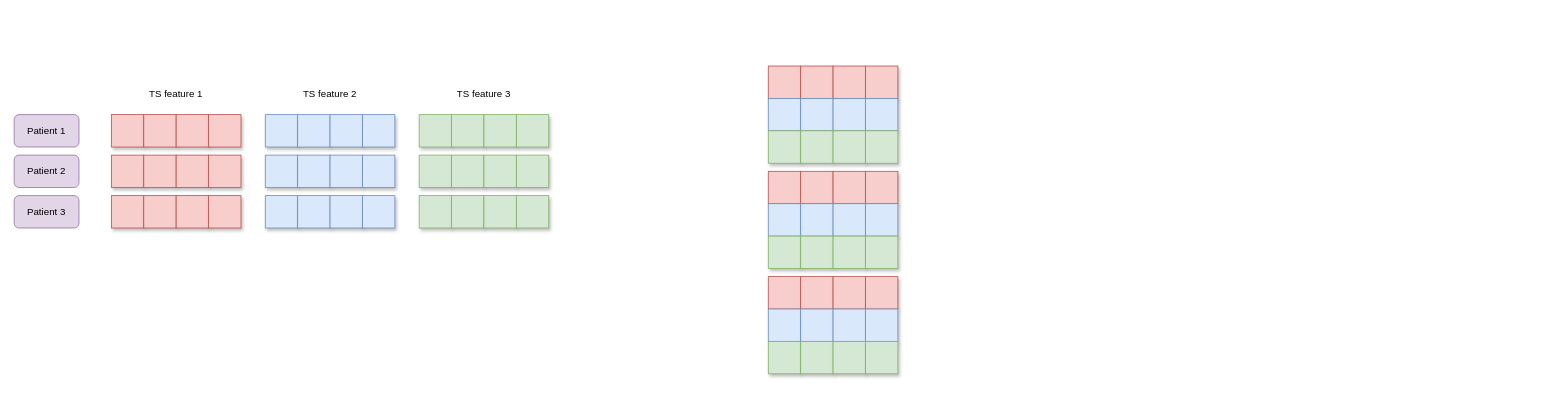
Above: diagrams/TSPFN-multivariate-space.drawio in Jeremstym/pretrainingTSPFN (draw.io), before the change. Source tidied: cells renumbered, new cells numbered last; positions are measured from the earlier drawing's top-left corner, leaving out a move shared by most shapes. Both pictures are drawn from the tidied source at 81%, with x=0, y=0 at pixel (14, 66).
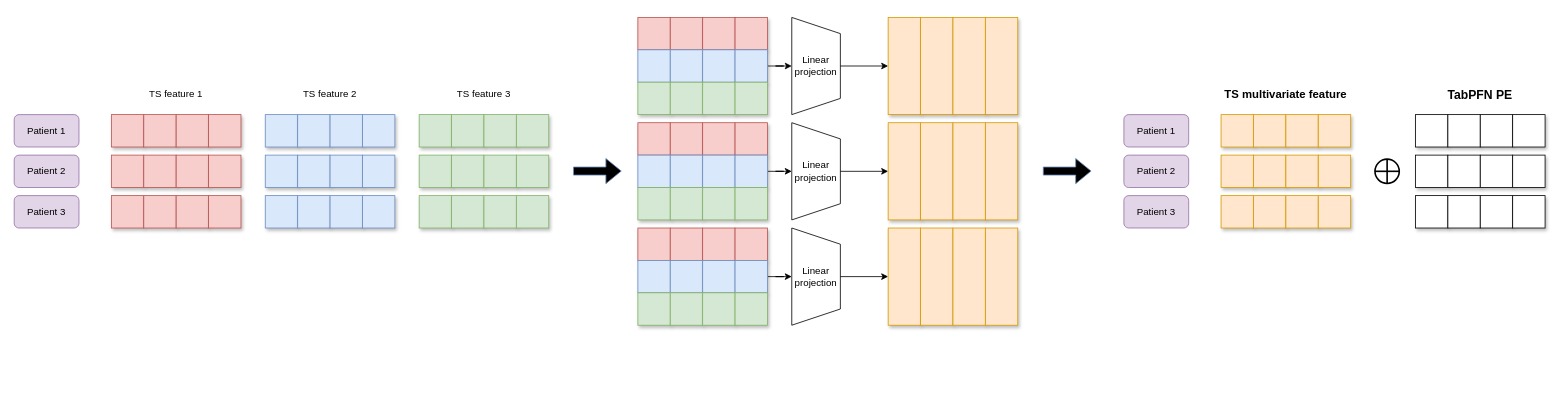
The same diagram, later.

Commit message (it also covers changes not shown here):
Mettre à jour TSPFN-multivariate-space.drawio

Change to the diagram source:
```diff
@@
     <mxCell id="44" style="rounded=0;whiteSpace=wrap;html=1;fillColor=#f8cecc;strokeColor=#b85450;shadow=1;" parent="1" vertex="1">
-      <mxGeometry x="931" width="40" height="40" as="geometry" />
+      <mxGeometry x="770" y="-60" width="40" height="40" as="geometry" />
     </mxCell>
     <mxCell id="45" style="rounded=0;whiteSpace=wrap;html=1;fillColor=#f8cecc;strokeColor=#b85450;shadow=1;" parent="1" vertex="1">
-      <mxGeometry x="971" width="40" height="40" as="geometry" />
+      <mxGeometry x="810" y="-60" width="40" height="40" as="geometry" />
     </mxCell>
     <mxCell id="46" style="rounded=0;whiteSpace=wrap;html=1;fillColor=#f8cecc;strokeColor=#b85450;shadow=1;" parent="1" vertex="1">
-      <mxGeometry x="1011" width="40" height="40" as="geometry" />
+      <mxGeometry x="850" y="-60" width="40" height="40" as="geometry" />
     </mxCell>
     <mxCell id="47" style="rounded=0;whiteSpace=wrap;html=1;fillColor=#f8cecc;strokeColor=#b85450;shadow=1;" parent="1" vertex="1">
-      <mxGeometry x="1051" width="40" height="40" as="geometry" />
+      <mxGeometry x="890" y="-60" width="40" height="40" as="geometry" />
     </mxCell>
     <mxCell id="48" style="rounded=0;whiteSpace=wrap;html=1;fillColor=#dae8fc;strokeColor=#6c8ebf;shadow=1;" parent="1" vertex="1">
-      <mxGeometry x="931" y="40" width="40" height="40" as="geometry" />
+      <mxGeometry x="770" y="-20" width="40" height="40" as="geometry" />
     </mxCell>
     <mxCell id="49" style="rounded=0;whiteSpace=wrap;html=1;fillColor=#dae8fc;strokeColor=#6c8ebf;shadow=1;" parent="1" vertex="1">
-      <mxGeometry x="971" y="40" width="40" height="40" as="geometry" />
+      <mxGeometry x="810" y="-20" width="40" height="40" as="geometry" />
     </mxCell>
     <mxCell id="50" style="rounded=0;whiteSpace=wrap;html=1;fillColor=#dae8fc;strokeColor=#6c8ebf;shadow=1;" parent="1" vertex="1">
-      <mxGeometry x="1011" y="40" width="40" height="40" as="geometry" />
+      <mxGeometry x="850" y="-20" width="40" height="40" as="geometry" />
     </mxCell>
+    <mxCell id="80" style="edgeStyle=orthogonalEdgeStyle;rounded=0;jettySize=auto;html=1;entryX=0;entryY=0.5;entryDx=0;entryDy=0;" parent="1" edge="1" source="51" target="85">
+      <mxGeometry relative="1" as="geometry" />
+    </mxCell>
     <mxCell id="51" style="rounded=0;whiteSpace=wrap;html=1;fillColor=#dae8fc;strokeColor=#6c8ebf;shadow=1;" parent="1" vertex="1">
-      <mxGeometry x="1051" y="40" width="40" height="40" as="geometry" />
+      <mxGeometry x="890" y="-20" width="40" height="40" as="geometry" />
     </mxCell>
     <mxCell id="52" style="rounded=0;whiteSpace=wrap;html=1;fillColor=#d5e8d4;strokeColor=#82b366;shadow=1;" parent="1" vertex="1">
-      <mxGeometry x="931" y="80" width="40" height="40" as="geometry" />
+      <mxGeometry x="770" y="20" width="40" height="40" as="geometry" />
     </mxCell>
     <mxCell id="53" style="rounded=0;whiteSpace=wrap;html=1;fillColor=#d5e8d4;strokeColor=#82b366;shadow=1;" parent="1" vertex="1">
-      <mxGeometry x="971" y="80" width="40" height="40" as="geometry" />
+      <mxGeometry x="810" y="20" width="40" height="40" as="geometry" />
     </mxCell>
     <mxCell id="54" style="rounded=0;whiteSpace=wrap;html=1;fillColor=#d5e8d4;strokeColor=#82b366;shadow=1;" parent="1" vertex="1">
-      <mxGeometry x="1011" y="80" width="40" height="40" as="geometry" />
+      <mxGeometry x="850" y="20" width="40" height="40" as="geometry" />
     </mxCell>
     <mxCell id="55" style="rounded=0;whiteSpace=wrap;html=1;fillColor=#d5e8d4;strokeColor=#82b366;shadow=1;" parent="1" vertex="1">
-      <mxGeometry x="1051" y="80" width="40" height="40" as="geometry" />
+      <mxGeometry x="890" y="20" width="40" height="40" as="geometry" />
     </mxCell>
     <mxCell id="56" style="rounded=0;whiteSpace=wrap;html=1;fillColor=#f8cecc;strokeColor=#b85450;shadow=1;" parent="1" vertex="1">
-      <mxGeometry x="931" y="130" width="40" height="40" as="geometry" />
+      <mxGeometry x="770" y="70" width="40" height="40" as="geometry" />
     </mxCell>
     <mxCell id="57" style="rounded=0;whiteSpace=wrap;html=1;fillColor=#f8cecc;strokeColor=#b85450;shadow=1;" parent="1" vertex="1">
-      <mxGeometry x="971" y="130" width="40" height="40" as="geometry" />
+      <mxGeometry x="810" y="70" width="40" height="40" as="geometry" />
     </mxCell>
     <mxCell id="58" style="rounded=0;whiteSpace=wrap;html=1;fillColor=#f8cecc;strokeColor=#b85450;shadow=1;" parent="1" vertex="1">
-      <mxGeometry x="1011" y="130" width="40" height="40" as="geometry" />
+      <mxGeometry x="850" y="70" width="40" height="40" as="geometry" />
     </mxCell>
     <mxCell id="59" style="rounded=0;whiteSpace=wrap;html=1;fillColor=#f8cecc;strokeColor=#b85450;shadow=1;" parent="1" vertex="1">
-      <mxGeometry x="1051" y="130" width="40" height="40" as="geometry" />
+      <mxGeometry x="890" y="70" width="40" height="40" as="geometry" />
     </mxCell>
     <mxCell id="60" style="rounded=0;whiteSpace=wrap;html=1;fillColor=#dae8fc;strokeColor=#6c8ebf;shadow=1;" parent="1" vertex="1">
-      <mxGeometry x="931" y="170" width="40" height="40" as="geometry" />
+      <mxGeometry x="770" y="110" width="40" height="40" as="geometry" />
     </mxCell>
     <mxCell id="61" style="rounded=0;whiteSpace=wrap;html=1;fillColor=#dae8fc;strokeColor=#6c8ebf;shadow=1;" parent="1" vertex="1">
-      <mxGeometry x="971" y="170" width="40" height="40" as="geometry" />
+      <mxGeometry x="810" y="110" width="40" height="40" as="geometry" />
     </mxCell>
     <mxCell id="62" style="rounded=0;whiteSpace=wrap;html=1;fillColor=#dae8fc;strokeColor=#6c8ebf;shadow=1;" parent="1" vertex="1">
-      <mxGeometry x="1011" y="170" width="40" height="40" as="geometry" />
+      <mxGeometry x="850" y="110" width="40" height="40" as="geometry" />
     </mxCell>
+    <mxCell id="81" style="edgeStyle=orthogonalEdgeStyle;rounded=0;jettySize=auto;html=1;" parent="1" edge="1" source="63" target="88">
+      <mxGeometry relative="1" as="geometry" />
+    </mxCell>
     <mxCell id="63" style="rounded=0;whiteSpace=wrap;html=1;fillColor=#dae8fc;strokeColor=#6c8ebf;shadow=1;" parent="1" vertex="1">
-      <mxGeometry x="1051" y="170" width="40" height="40" as="geometry" />
+      <mxGeometry x="890" y="110" width="40" height="40" as="geometry" />
     </mxCell>
     <mxCell id="64" style="rounded=0;whiteSpace=wrap;html=1;fillColor=#d5e8d4;strokeColor=#82b366;shadow=1;" parent="1" vertex="1">
-      <mxGeometry x="931" y="210" width="40" height="40" as="geometry" />
+      <mxGeometry x="770" y="150" width="40" height="40" as="geometry" />
     </mxCell>
     <mxCell id="65" style="rounded=0;whiteSpace=wrap;html=1;fillColor=#d5e8d4;strokeColor=#82b366;shadow=1;" parent="1" vertex="1">
-      <mxGeometry x="971" y="210" width="40" height="40" as="geometry" />
+      <mxGeometry x="810" y="150" width="40" height="40" as="geometry" />
     </mxCell>
     <mxCell id="66" style="rounded=0;whiteSpace=wrap;html=1;fillColor=#d5e8d4;strokeColor=#82b366;shadow=1;" parent="1" vertex="1">
-      <mxGeometry x="1011" y="210" width="40" height="40" as="geometry" />
+      <mxGeometry x="850" y="150" width="40" height="40" as="geometry" />
     </mxCell>
     <mxCell id="67" style="rounded=0;whiteSpace=wrap;html=1;fillColor=#d5e8d4;strokeColor=#82b366;shadow=1;" parent="1" vertex="1">
-      <mxGeometry x="1051" y="210" width="40" height="40" as="geometry" />
+      <mxGeometry x="890" y="150" width="40" height="40" as="geometry" />
     </mxCell>
     <mxCell id="68" style="rounded=0;whiteSpace=wrap;html=1;fillColor=#f8cecc;strokeColor=#b85450;shadow=1;" parent="1" vertex="1">
-      <mxGeometry x="931" y="260" width="40" height="40" as="geometry" />
+      <mxGeometry x="770" y="200" width="40" height="40" as="geometry" />
     </mxCell>
     <mxCell id="69" style="rounded=0;whiteSpace=wrap;html=1;fillColor=#f8cecc;strokeColor=#b85450;shadow=1;" parent="1" vertex="1">
-      <mxGeometry x="971" y="260" width="40" height="40" as="geometry" />
+      <mxGeometry x="810" y="200" width="40" height="40" as="geometry" />
     </mxCell>
     <mxCell id="70" style="rounded=0;whiteSpace=wrap;html=1;fillColor=#f8cecc;strokeColor=#b85450;shadow=1;" parent="1" vertex="1">
-      <mxGeometry x="1011" y="260" width="40" height="40" as="geometry" />
+      <mxGeometry x="850" y="200" width="40" height="40" as="geometry" />
     </mxCell>
     <mxCell id="71" style="rounded=0;whiteSpace=wrap;html=1;fillColor=#f8cecc;strokeColor=#b85450;shadow=1;" parent="1" vertex="1">
-      <mxGeometry x="1051" y="260" width="40" height="40" as="geometry" />
+      <mxGeometry x="890" y="200" width="40" height="40" as="geometry" />
     </mxCell>
     <mxCell id="72" style="rounded=0;whiteSpace=wrap;html=1;fillColor=#dae8fc;strokeColor=#6c8ebf;shadow=1;" parent="1" vertex="1">
-      <mxGeometry x="931" y="300" width="40" height="40" as="geometry" />
+      <mxGeometry x="770" y="240" width="40" height="40" as="geometry" />
     </mxCell>
     <mxCell id="73" style="rounded=0;whiteSpace=wrap;html=1;fillColor=#dae8fc;strokeColor=#6c8ebf;shadow=1;" parent="1" vertex="1">
-      <mxGeometry x="971" y="300" width="40" height="40" as="geometry" />
+      <mxGeometry x="810" y="240" width="40" height="40" as="geometry" />
     </mxCell>
     <mxCell id="74" style="rounded=0;whiteSpace=wrap;html=1;fillColor=#dae8fc;strokeColor=#6c8ebf;shadow=1;" parent="1" vertex="1">
-      <mxGeometry x="1011" y="300" width="40" height="40" as="geometry" />
+      <mxGeometry x="850" y="240" width="40" height="40" as="geometry" />
     </mxCell>
+    <mxCell id="82" style="edgeStyle=orthogonalEdgeStyle;rounded=0;jettySize=auto;html=1;entryX=0;entryY=0.5;entryDx=0;entryDy=0;" parent="1" edge="1" source="75" target="91">
+      <mxGeometry relative="1" as="geometry" />
+    </mxCell>
     <mxCell id="75" style="rounded=0;whiteSpace=wrap;html=1;fillColor=#dae8fc;strokeColor=#6c8ebf;shadow=1;" parent="1" vertex="1">
-      <mxGeometry x="1051" y="300" width="40" height="40" as="geometry" />
+      <mxGeometry x="890" y="240" width="40" height="40" as="geometry" />
     </mxCell>
     <mxCell id="76" style="rounded=0;whiteSpace=wrap;html=1;fillColor=#d5e8d4;strokeColor=#82b366;shadow=1;" parent="1" vertex="1">
-      <mxGeometry x="931" y="340" width="40" height="40" as="geometry" />
+      <mxGeometry x="770" y="280" width="40" height="40" as="geometry" />
     </mxCell>
     <mxCell id="77" style="rounded=0;whiteSpace=wrap;html=1;fillColor=#d5e8d4;strokeColor=#82b366;shadow=1;" parent="1" vertex="1">
-      <mxGeometry x="971" y="340" width="40" height="40" as="geometry" />
+      <mxGeometry x="810" y="280" width="40" height="40" as="geometry" />
     </mxCell>
     <mxCell id="78" style="rounded=0;whiteSpace=wrap;html=1;fillColor=#d5e8d4;strokeColor=#82b366;shadow=1;" parent="1" vertex="1">
-      <mxGeometry x="1011" y="340" width="40" height="40" as="geometry" />
+      <mxGeometry x="850" y="280" width="40" height="40" as="geometry" />
     </mxCell>
     <mxCell id="79" style="rounded=0;whiteSpace=wrap;html=1;fillColor=#d5e8d4;strokeColor=#82b366;shadow=1;" parent="1" vertex="1">
-      <mxGeometry x="1051" y="340" width="40" height="40" as="geometry" />
+      <mxGeometry x="890" y="280" width="40" height="40" as="geometry" />
     </mxCell>
+    <mxCell id="83" style="shape=trapezoid;perimeter=trapezoidPerimeter;whiteSpace=wrap;html=1;fixedSize=1;rotation=90;" parent="1" vertex="1">
+      <mxGeometry x="930" y="-30" width="120" height="60" as="geometry" />
+    </mxCell>
+    <mxCell id="84" style="edgeStyle=orthogonalEdgeStyle;rounded=0;jettySize=auto;html=1;entryX=0;entryY=0.5;entryDx=0;entryDy=0;" parent="1" edge="1" source="85" target="92">
+      <mxGeometry relative="1" as="geometry" />
+    </mxCell>
+    <mxCell id="85" value="Linear projection" style="text;html=1;whiteSpace=wrap;strokeColor=none;fillColor=none;align=center;verticalAlign=middle;rounded=0;" parent="1" vertex="1">
+      <mxGeometry x="960" y="-15" width="60" height="30" as="geometry" />
+    </mxCell>
+    <mxCell id="86" style="shape=trapezoid;perimeter=trapezoidPerimeter;whiteSpace=wrap;html=1;fixedSize=1;rotation=90;" parent="1" vertex="1">
+      <mxGeometry x="930" y="100" width="120" height="60" as="geometry" />
+    </mxCell>
+    <mxCell id="87" style="edgeStyle=orthogonalEdgeStyle;rounded=0;jettySize=auto;html=1;entryX=0;entryY=0.5;entryDx=0;entryDy=0;" parent="1" edge="1" source="88" target="96">
+      <mxGeometry relative="1" as="geometry" />
+    </mxCell>
+    <mxCell id="88" value="Linear projection" style="text;html=1;whiteSpace=wrap;strokeColor=none;fillColor=none;align=center;verticalAlign=middle;rounded=0;" parent="1" vertex="1">
+      <mxGeometry x="960" y="115" width="60" height="30" as="geometry" />
+    </mxCell>
+    <mxCell id="89" style="shape=trapezoid;perimeter=trapezoidPerimeter;whiteSpace=wrap;html=1;fixedSize=1;rotation=90;" parent="1" vertex="1">
+      <mxGeometry x="930" y="230" width="120" height="60" as="geometry" />
+    </mxCell>
+    <mxCell id="90" style="edgeStyle=orthogonalEdgeStyle;rounded=0;jettySize=auto;html=1;entryX=0;entryY=0.5;entryDx=0;entryDy=0;" parent="1" edge="1" source="91" target="100">
+      <mxGeometry relative="1" as="geometry" />
+    </mxCell>
+    <mxCell id="91" value="Linear projection" style="text;html=1;whiteSpace=wrap;strokeColor=none;fillColor=none;align=center;verticalAlign=middle;rounded=0;" parent="1" vertex="1">
+      <mxGeometry x="960" y="245" width="60" height="30" as="geometry" />
+    </mxCell>
+    <mxCell id="92" style="rounded=0;whiteSpace=wrap;html=1;shadow=1;fillColor=#ffe6cc;strokeColor=#d79b00;" parent="1" vertex="1">
+      <mxGeometry x="1079" y="-60" width="40" height="120" as="geometry" />
+    </mxCell>
+    <mxCell id="93" style="rounded=0;whiteSpace=wrap;html=1;shadow=1;fillColor=#ffe6cc;strokeColor=#d79b00;" parent="1" vertex="1">
+      <mxGeometry x="1119" y="-60" width="40" height="120" as="geometry" />
+    </mxCell>
+    <mxCell id="94" style="rounded=0;whiteSpace=wrap;html=1;shadow=1;fillColor=#ffe6cc;strokeColor=#d79b00;" parent="1" vertex="1">
+      <mxGeometry x="1159" y="-60" width="40" height="120" as="geometry" />
+    </mxCell>
+    <mxCell id="95" style="rounded=0;whiteSpace=wrap;html=1;shadow=1;fillColor=#ffe6cc;strokeColor=#d79b00;" parent="1" vertex="1">
+      <mxGeometry x="1199" y="-60" width="40" height="120" as="geometry" />
+    </mxCell>
+    <mxCell id="96" style="rounded=0;whiteSpace=wrap;html=1;shadow=1;fillColor=#ffe6cc;strokeColor=#d79b00;" parent="1" vertex="1">
+      <mxGeometry x="1079" y="70" width="40" height="120" as="geometry" />
+    </mxCell>
+    <mxCell id="97" style="rounded=0;whiteSpace=wrap;html=1;shadow=1;fillColor=#ffe6cc;strokeColor=#d79b00;" parent="1" vertex="1">
+      <mxGeometry x="1119" y="70" width="40" height="120" as="geometry" />
+    </mxCell>
+    <mxCell id="98" style="rounded=0;whiteSpace=wrap;html=1;shadow=1;fillColor=#ffe6cc;strokeColor=#d79b00;" parent="1" vertex="1">
+      <mxGeometry x="1159" y="70" width="40" height="120" as="geometry" />
+    </mxCell>
+    <mxCell id="99" style="rounded=0;whiteSpace=wrap;html=1;shadow=1;fillColor=#ffe6cc;strokeColor=#d79b00;" parent="1" vertex="1">
+      <mxGeometry x="1199" y="70" width="40" height="120" as="geometry" />
+    </mxCell>
+    <mxCell id="100" style="rounded=0;whiteSpace=wrap;html=1;shadow=1;fillColor=#ffe6cc;strokeColor=#d79b00;" parent="1" vertex="1">
+      <mxGeometry x="1079" y="200" width="40" height="120" as="geometry" />
+    </mxCell>
+    <mxCell id="101" style="rounded=0;whiteSpace=wrap;html=1;shadow=1;fillColor=#ffe6cc;strokeColor=#d79b00;" parent="1" vertex="1">
+      <mxGeometry x="1119" y="200" width="40" height="120" as="geometry" />
+    </mxCell>
+    <mxCell id="102" style="rounded=0;whiteSpace=wrap;html=1;shadow=1;fillColor=#ffe6cc;strokeColor=#d79b00;" parent="1" vertex="1">
+      <mxGeometry x="1159" y="200" width="40" height="120" as="geometry" />
+    </mxCell>
+    <mxCell id="103" style="rounded=0;whiteSpace=wrap;html=1;shadow=1;fillColor=#ffe6cc;strokeColor=#d79b00;" parent="1" vertex="1">
+      <mxGeometry x="1199" y="200" width="40" height="120" as="geometry" />
+    </mxCell>
+    <mxCell id="104" style="shape=flexArrow;endArrow=classic;html=1;rounded=0;fillColor=#dae8fc;strokeColor=#6c8ebf;gradientColor=light-dark(#5ba8d7, #ededed);" parent="1" edge="1">
+      <mxGeometry relative="1" as="geometry">
+        <mxPoint x="690" y="129.7" as="sourcePoint" />
+        <mxPoint x="750" y="129.7" as="targetPoint" />
+      </mxGeometry>
+    </mxCell>
+    <mxCell id="105" style="shape=flexArrow;endArrow=classic;html=1;rounded=0;fillColor=#dae8fc;strokeColor=#6c8ebf;gradientColor=light-dark(#5ba8d7, #ededed);" parent="1" edge="1">
+      <mxGeometry relative="1" as="geometry">
+        <mxPoint x="1270" y="129.7" as="sourcePoint" />
+        <mxPoint x="1330" y="129.7" as="targetPoint" />
+      </mxGeometry>
+    </mxCell>
+    <mxCell id="106" value="Patient 1" style="rounded=1;whiteSpace=wrap;html=1;fillColor=#e1d5e7;strokeColor=#9673a6;" parent="1" vertex="1">
+      <mxGeometry x="1370" y="60" width="80" height="40" as="geometry" />
+    </mxCell>
+    <mxCell id="107" value="Patient 2" style="rounded=1;whiteSpace=wrap;html=1;fillColor=#e1d5e7;strokeColor=#9673a6;" parent="1" vertex="1">
+      <mxGeometry x="1370" y="110" width="80" height="40" as="geometry" />
+    </mxCell>
+    <mxCell id="108" value="Patient 3" style="rounded=1;whiteSpace=wrap;html=1;fillColor=#e1d5e7;strokeColor=#9673a6;" parent="1" vertex="1">
+      <mxGeometry x="1370" y="160" width="80" height="40" as="geometry" />
+    </mxCell>
+    <mxCell id="109" style="rounded=0;whiteSpace=wrap;html=1;fillColor=#ffe6cc;strokeColor=#d79b00;shadow=1;" parent="1" vertex="1">
+      <mxGeometry x="1490" y="60" width="40" height="40" as="geometry" />
+    </mxCell>
+    <mxCell id="110" style="rounded=0;whiteSpace=wrap;html=1;fillColor=#ffe6cc;strokeColor=#d79b00;shadow=1;" parent="1" vertex="1">
+      <mxGeometry x="1530" y="60" width="40" height="40" as="geometry" />
+    </mxCell>
+    <mxCell id="111" style="rounded=0;whiteSpace=wrap;html=1;fillColor=#ffe6cc;strokeColor=#d79b00;shadow=1;" parent="1" vertex="1">
+      <mxGeometry x="1570" y="60" width="40" height="40" as="geometry" />
+    </mxCell>
+    <mxCell id="112" style="rounded=0;whiteSpace=wrap;html=1;fillColor=#ffe6cc;strokeColor=#d79b00;shadow=1;" parent="1" vertex="1">
+      <mxGeometry x="1610" y="60" width="40" height="40" as="geometry" />
+    </mxCell>
+    <mxCell id="113" style="rounded=0;whiteSpace=wrap;html=1;fillColor=#ffe6cc;strokeColor=#d79b00;shadow=1;" parent="1" vertex="1">
+      <mxGeometry x="1490" y="110" width="40" height="40" as="geometry" />
+    </mxCell>
+    <mxCell id="114" style="rounded=0;whiteSpace=wrap;html=1;fillColor=#ffe6cc;strokeColor=#d79b00;shadow=1;" parent="1" vertex="1">
+      <mxGeometry x="1530" y="110" width="40" height="40" as="geometry" />
+    </mxCell>
+    <mxCell id="115" style="rounded=0;whiteSpace=wrap;html=1;fillColor=#ffe6cc;strokeColor=#d79b00;shadow=1;" parent="1" vertex="1">
+      <mxGeometry x="1570" y="110" width="40" height="40" as="geometry" />
+    </mxCell>
+    <mxCell id="116" style="rounded=0;whiteSpace=wrap;html=1;fillColor=#ffe6cc;strokeColor=#d79b00;shadow=1;" parent="1" vertex="1">
+      <mxGeometry x="1610" y="110" width="40" height="40" as="geometry" />
+    </mxCell>
+    <mxCell id="117" style="rounded=0;whiteSpace=wrap;html=1;fillColor=#ffe6cc;strokeColor=#d79b00;shadow=1;" parent="1" vertex="1">
+      <mxGeometry x="1490" y="160" width="40" height="40" as="geometry" />
+    </mxCell>
+    <mxCell id="118" style="rounded=0;whiteSpace=wrap;html=1;fillColor=#ffe6cc;strokeColor=#d79b00;shadow=1;" parent="1" vertex="1">
+      <mxGeometry x="1530" y="160" width="40" height="40" as="geometry" />
+    </mxCell>
+    <mxCell id="119" style="rounded=0;whiteSpace=wrap;html=1;fillColor=#ffe6cc;strokeColor=#d79b00;shadow=1;" parent="1" vertex="1">
+      <mxGeometry x="1570" y="160" width="40" height="40" as="geometry" />
+    </mxCell>
+    <mxCell id="120" style="rounded=0;whiteSpace=wrap;html=1;fillColor=#ffe6cc;strokeColor=#d79b00;shadow=1;" parent="1" vertex="1">
+      <mxGeometry x="1610" y="160" width="40" height="40" as="geometry" />
+    </mxCell>
+    <mxCell id="121" value="&lt;font style=&quot;font-size: 14px;&quot;&gt;&lt;b style=&quot;&quot;&gt;TS multivariate feature&lt;/b&gt;&lt;/font&gt;" style="text;html=1;whiteSpace=wrap;strokeColor=none;fillColor=none;align=center;verticalAlign=middle;rounded=0;" parent="1" vertex="1">
+      <mxGeometry x="1490" y="20" width="160" height="30" as="geometry" />
+    </mxCell>
+    <mxCell id="122" style="rounded=0;whiteSpace=wrap;html=1;shadow=1;" parent="1" vertex="1">
+      <mxGeometry x="1730" y="60" width="40" height="40" as="geometry" />
+    </mxCell>
+    <mxCell id="123" style="rounded=0;whiteSpace=wrap;html=1;shadow=1;" parent="1" vertex="1">
+      <mxGeometry x="1770" y="60" width="40" height="40" as="geometry" />
+    </mxCell>
+    <mxCell id="124" style="rounded=0;whiteSpace=wrap;html=1;shadow=1;" parent="1" vertex="1">
+      <mxGeometry x="1810" y="60" width="40" height="40" as="geometry" />
+    </mxCell>
+    <mxCell id="125" style="rounded=0;whiteSpace=wrap;html=1;shadow=1;" parent="1" vertex="1">
+      <mxGeometry x="1850" y="60" width="40" height="40" as="geometry" />
+    </mxCell>
+    <mxCell id="126" style="rounded=0;whiteSpace=wrap;html=1;shadow=1;" parent="1" vertex="1">
+      <mxGeometry x="1730" y="110" width="40" height="40" as="geometry" />
+    </mxCell>
+    <mxCell id="127" style="rounded=0;whiteSpace=wrap;html=1;shadow=1;" parent="1" vertex="1">
+      <mxGeometry x="1770" y="110" width="40" height="40" as="geometry" />
+    </mxCell>
+    <mxCell id="128" style="rounded=0;whiteSpace=wrap;html=1;shadow=1;" parent="1" vertex="1">
+      <mxGeometry x="1810" y="110" width="40" height="40" as="geometry" />
+    </mxCell>
+    <mxCell id="129" style="rounded=0;whiteSpace=wrap;html=1;shadow=1;" parent="1" vertex="1">
+      <mxGeometry x="1850" y="110" width="40" height="40" as="geometry" />
+    </mxCell>
+    <mxCell id="130" style="rounded=0;whiteSpace=wrap;html=1;shadow=1;" parent="1" vertex="1">
+      <mxGeometry x="1730" y="160" width="40" height="40" as="geometry" />
+    </mxCell>
+    <mxCell id="131" style="rounded=0;whiteSpace=wrap;html=1;shadow=1;" parent="1" vertex="1">
+      <mxGeometry x="1770" y="160" width="40" height="40" as="geometry" />
+    </mxCell>
+    <mxCell id="132" style="rounded=0;whiteSpace=wrap;html=1;shadow=1;" parent="1" vertex="1">
+      <mxGeometry x="1810" y="160" width="40" height="40" as="geometry" />
+    </mxCell>
+    <mxCell id="133" style="rounded=0;whiteSpace=wrap;html=1;shadow=1;" parent="1" vertex="1">
+      <mxGeometry x="1850" y="160" width="40" height="40" as="geometry" />
+    </mxCell>
+    <mxCell id="134" style="shape=orEllipse;perimeter=ellipsePerimeter;whiteSpace=wrap;html=1;backgroundOutline=1;strokeWidth=2;" parent="1" vertex="1">
+      <mxGeometry x="1680" y="115" width="30" height="30" as="geometry" />
+    </mxCell>
+    <mxCell id="135" value="&lt;font style=&quot;font-size: 15px;&quot;&gt;&lt;b&gt;TabPFN PE&lt;/b&gt;&lt;/font&gt;" style="text;html=1;whiteSpace=wrap;strokeColor=none;fillColor=none;align=center;verticalAlign=middle;rounded=0;" parent="1" vertex="1">
+      <mxGeometry x="1730" y="20" width="160" height="30" as="geometry" />
+    </mxCell>
```
